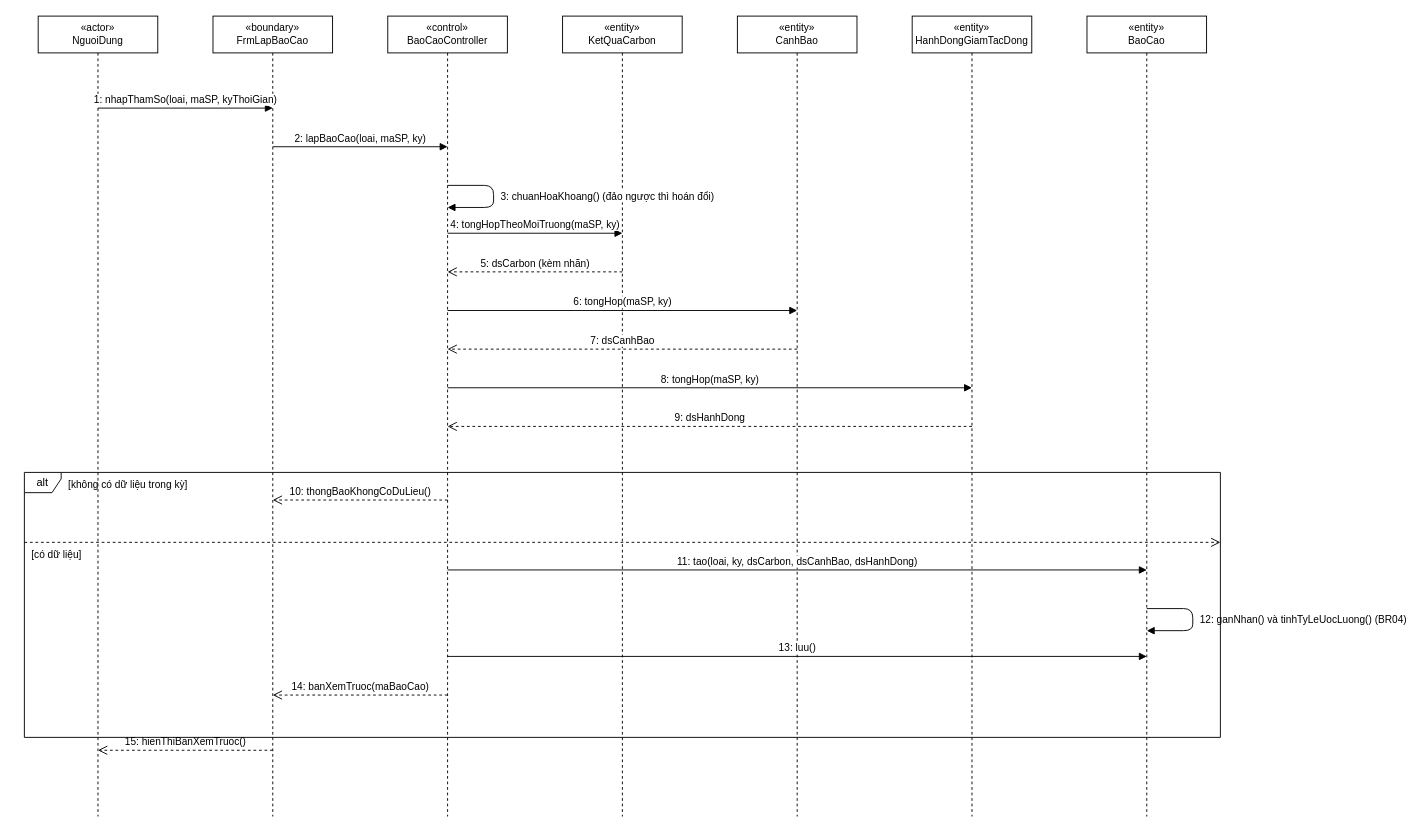
Before: docs/diagrams/03_TuanTu/UC_GD_020_Sequence_LapBaoCao.drawio in TranThienNhan8279/GreenDash, a draw.io diagram. Source tidied: cells renumbered, new cells numbered last; positions are measured from the earlier drawing's top-left corner, leaving out a move shared by most shapes. Both pictures are drawn from the tidied source at 92%, with x=0, y=0 at pixel (24, 16).
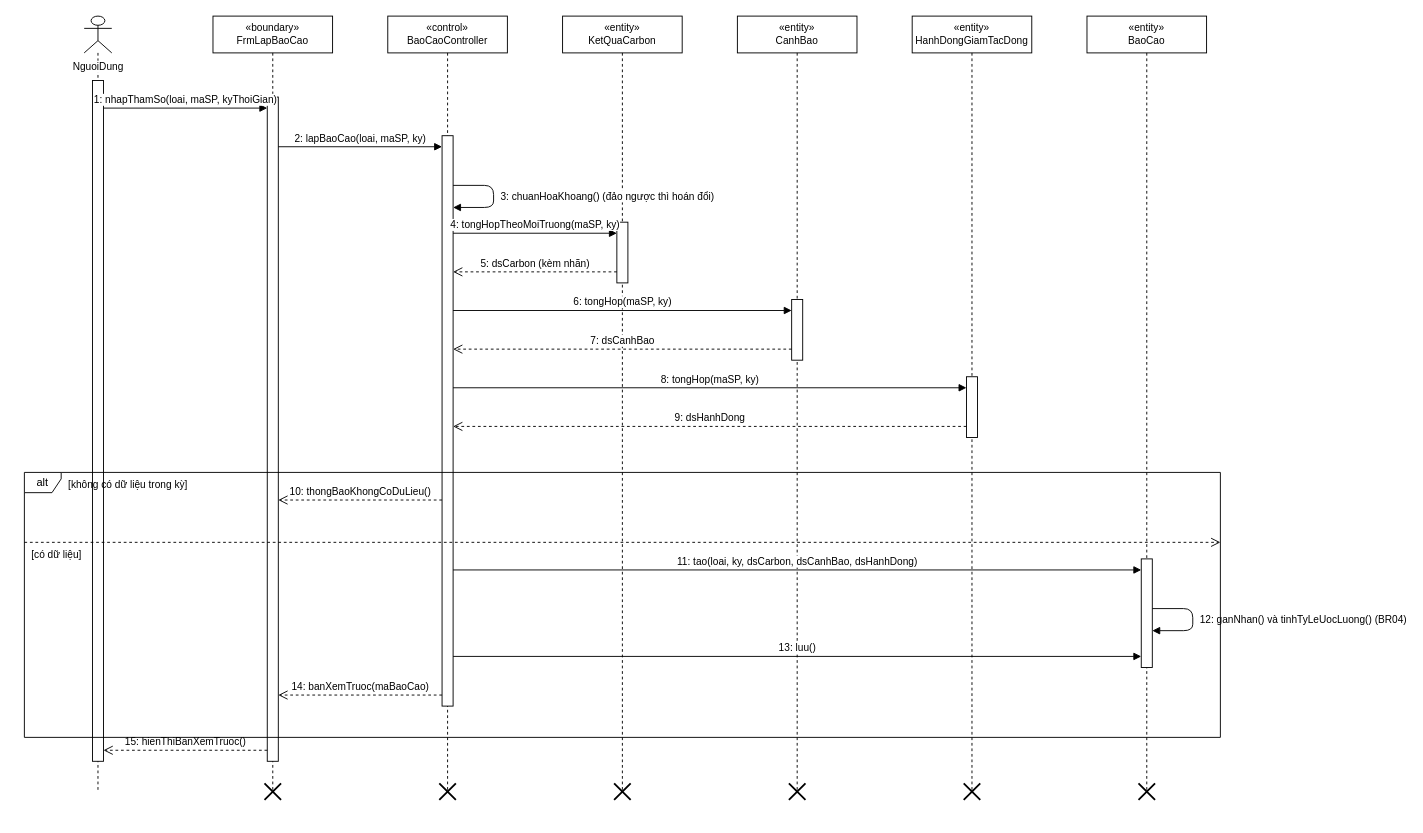
The same diagram, later.

What changed in the source:
```diff
@@
-    <mxCell id="2" value="«actor»&lt;br&gt;NguoiDung" style="shape=umlLifeline;perimeter=lifelinePerimeter;whiteSpace=wrap;html=1;fontSize=11;" parent="1" vertex="1">
-      <mxGeometry x="15" width="130" height="870" as="geometry" />
+    <mxCell id="2" value="NguoiDung" style="shape=umlLifeline;participant=umlActor;verticalAlign=top;spacingTop=42;labelBackgroundColor=#ffffff;perimeter=lifelinePerimeter;whiteSpace=nowrap;html=1;fontSize=11;" parent="1" vertex="1">
+      <mxGeometry x="65" width="30" height="843" as="geometry" />
     </mxCell>
     <mxCell id="3" value="«boundary»&lt;br&gt;FrmLapBaoCao" style="shape=umlLifeline;perimeter=lifelinePerimeter;whiteSpace=wrap;html=1;fontSize=11;" parent="1" vertex="1">
-      <mxGeometry x="205" width="130" height="870" as="geometry" />
+      <mxGeometry x="205" width="130" height="843" as="geometry" />
     </mxCell>
     <mxCell id="4" value="«control»&lt;br&gt;BaoCaoController" style="shape=umlLifeline;perimeter=lifelinePerimeter;whiteSpace=wrap;html=1;fontSize=11;" parent="1" vertex="1">
-      <mxGeometry x="395" width="130" height="870" as="geometry" />
+      <mxGeometry x="395" width="130" height="843" as="geometry" />
     </mxCell>
     <mxCell id="5" value="«entity»&lt;br&gt;KetQuaCarbon" style="shape=umlLifeline;perimeter=lifelinePerimeter;whiteSpace=wrap;html=1;fontSize=11;" parent="1" vertex="1">
-      <mxGeometry x="585" width="130" height="870" as="geometry" />
+      <mxGeometry x="585" width="130" height="843" as="geometry" />
     </mxCell>
     <mxCell id="6" value="«entity»&lt;br&gt;CanhBao" style="shape=umlLifeline;perimeter=lifelinePerimeter;whiteSpace=wrap;html=1;fontSize=11;" parent="1" vertex="1">
-      <mxGeometry x="775" width="130" height="870" as="geometry" />
+      <mxGeometry x="775" width="130" height="843" as="geometry" />
     </mxCell>
     <mxCell id="7" value="«entity»&lt;br&gt;HanhDongGiamTacDong" style="shape=umlLifeline;perimeter=lifelinePerimeter;whiteSpace=wrap;html=1;fontSize=11;" parent="1" vertex="1">
-      <mxGeometry x="965" width="130" height="870" as="geometry" />
+      <mxGeometry x="965" width="130" height="843" as="geometry" />
     </mxCell>
     <mxCell id="8" value="«entity»&lt;br&gt;BaoCao" style="shape=umlLifeline;perimeter=lifelinePerimeter;whiteSpace=wrap;html=1;fontSize=11;" parent="1" vertex="1">
-      <mxGeometry x="1155" width="130" height="870" as="geometry" />
+      <mxGeometry x="1155" width="130" height="843" as="geometry" />
     </mxCell>
+    <mxCell id="28" style="html=1;perimeter=orthogonalPerimeter;fillColor=#ffffff;strokeColor=#000000;" parent="1" vertex="1">
+      <mxGeometry x="74" y="70" width="12" height="740" as="geometry" />
+    </mxCell>
+    <mxCell id="29" style="html=1;perimeter=orthogonalPerimeter;fillColor=#ffffff;strokeColor=#000000;" parent="1" vertex="1">
+      <mxGeometry x="264" y="88" width="12" height="722" as="geometry" />
+    </mxCell>
+    <mxCell id="30" style="shape=umlDestroy;html=1;strokeWidth=2;strokeColor=#000000;" parent="1" vertex="1">
+      <mxGeometry x="261" y="834" width="18" height="18" as="geometry" />
+    </mxCell>
+    <mxCell id="31" style="html=1;perimeter=orthogonalPerimeter;fillColor=#ffffff;strokeColor=#000000;" parent="1" vertex="1">
+      <mxGeometry x="454" y="130" width="12" height="620" as="geometry" />
+    </mxCell>
+    <mxCell id="32" style="shape=umlDestroy;html=1;strokeWidth=2;strokeColor=#000000;" parent="1" vertex="1">
+      <mxGeometry x="451" y="834" width="18" height="18" as="geometry" />
+    </mxCell>
+    <mxCell id="33" style="html=1;perimeter=orthogonalPerimeter;fillColor=#ffffff;strokeColor=#000000;" parent="1" vertex="1">
+      <mxGeometry x="644" y="224" width="12" height="66" as="geometry" />
+    </mxCell>
+    <mxCell id="34" style="shape=umlDestroy;html=1;strokeWidth=2;strokeColor=#000000;" parent="1" vertex="1">
+      <mxGeometry x="641" y="834" width="18" height="18" as="geometry" />
+    </mxCell>
+    <mxCell id="35" style="html=1;perimeter=orthogonalPerimeter;fillColor=#ffffff;strokeColor=#000000;" parent="1" vertex="1">
+      <mxGeometry x="834" y="308" width="12" height="66" as="geometry" />
+    </mxCell>
+    <mxCell id="36" style="shape=umlDestroy;html=1;strokeWidth=2;strokeColor=#000000;" parent="1" vertex="1">
+      <mxGeometry x="831" y="834" width="18" height="18" as="geometry" />
+    </mxCell>
+    <mxCell id="37" style="html=1;perimeter=orthogonalPerimeter;fillColor=#ffffff;strokeColor=#000000;" parent="1" vertex="1">
+      <mxGeometry x="1024" y="392" width="12" height="66" as="geometry" />
+    </mxCell>
+    <mxCell id="38" style="shape=umlDestroy;html=1;strokeWidth=2;strokeColor=#000000;" parent="1" vertex="1">
+      <mxGeometry x="1021" y="834" width="18" height="18" as="geometry" />
+    </mxCell>
+    <mxCell id="39" style="html=1;perimeter=orthogonalPerimeter;fillColor=#ffffff;strokeColor=#000000;" parent="1" vertex="1">
+      <mxGeometry x="1214" y="590" width="12" height="118" as="geometry" />
+    </mxCell>
+    <mxCell id="40" style="shape=umlDestroy;html=1;strokeWidth=2;strokeColor=#000000;" parent="1" vertex="1">
+      <mxGeometry x="1211" y="834" width="18" height="18" as="geometry" />
+    </mxCell>
     <mxCell id="9" value="1: nhapThamSo(loai, maSP, kyThoiGian)" style="html=1;verticalAlign=bottom;endArrow=block;endFill=1;" parent="1" edge="1">
       <mxGeometry relative="1" as="geometry">
-        <mxPoint x="80" y="100" as="sourcePoint" />
-        <mxPoint x="270" y="100" as="targetPoint" />
+        <mxPoint x="86" y="100" as="sourcePoint" />
+        <mxPoint x="264" y="100" as="targetPoint" />
       </mxGeometry>
     </mxCell>
     <mxCell id="10" value="2: lapBaoCao(loai, maSP, ky)" style="html=1;verticalAlign=bottom;endArrow=block;endFill=1;" parent="1" edge="1">
       <mxGeometry relative="1" as="geometry">
-        <mxPoint x="270" y="142" as="sourcePoint" />
-        <mxPoint x="460" y="142" as="targetPoint" />
+        <mxPoint x="276" y="142" as="sourcePoint" />
+        <mxPoint x="454" y="142" as="targetPoint" />
       </mxGeometry>
     </mxCell>
     <mxCell id="11" value="3: chuanHoaKhoang()  (đảo ngược thì hoán đổi)" style="html=1;verticalAlign=bottom;endArrow=block;endFill=1;align=left;spacingLeft=6;verticalAlign=middle;" parent="1" edge="1">
       <mxGeometry relative="1" as="geometry">
-        <mxPoint x="460" y="184" as="sourcePoint" />
-        <mxPoint x="460" y="208" as="targetPoint" />
+        <mxPoint x="466" y="184" as="sourcePoint" />
+        <mxPoint x="466" y="208" as="targetPoint" />
         <Array as="points">
           <mxPoint x="510" y="184" />
           <mxPoint x="510" y="208" />
         </Array>
       </mxGeometry>
     </mxCell>
     <mxCell id="12" value="4: tongHopTheoMoiTruong(maSP, ky)" style="html=1;verticalAlign=bottom;endArrow=block;endFill=1;" parent="1" edge="1">
       <mxGeometry relative="1" as="geometry">
-        <mxPoint x="460" y="236" as="sourcePoint" />
-        <mxPoint x="650" y="236" as="targetPoint" />
+        <mxPoint x="466" y="236" as="sourcePoint" />
+        <mxPoint x="644" y="236" as="targetPoint" />
       </mxGeometry>
     </mxCell>
     <mxCell id="13" value="5: dsCarbon (kèm nhãn)" style="html=1;verticalAlign=bottom;endArrow=open;endSize=8;dashed=1;" parent="1" edge="1">
       <mxGeometry relative="1" as="geometry">
-        <mxPoint x="650" y="278" as="sourcePoint" />
-        <mxPoint x="460" y="278" as="targetPoint" />
+        <mxPoint x="644" y="278" as="sourcePoint" />
+        <mxPoint x="466" y="278" as="targetPoint" />
       </mxGeometry>
     </mxCell>
     <mxCell id="14" value="6: tongHop(maSP, ky)" style="html=1;verticalAlign=bottom;endArrow=block;endFill=1;" parent="1" edge="1">
       <mxGeometry relative="1" as="geometry">
-        <mxPoint x="460" y="320" as="sourcePoint" />
-        <mxPoint x="840" y="320" as="targetPoint" />
+        <mxPoint x="466" y="320" as="sourcePoint" />
+        <mxPoint x="834" y="320" as="targetPoint" />
       </mxGeometry>
     </mxCell>
     <mxCell id="15" value="7: dsCanhBao" style="html=1;verticalAlign=bottom;endArrow=open;endSize=8;dashed=1;" parent="1" edge="1">
       <mxGeometry relative="1" as="geometry">
-        <mxPoint x="840" y="362" as="sourcePoint" />
-        <mxPoint x="460" y="362" as="targetPoint" />
+        <mxPoint x="834" y="362" as="sourcePoint" />
+        <mxPoint x="466" y="362" as="targetPoint" />
       </mxGeometry>
     </mxCell>
     <mxCell id="16" value="8: tongHop(maSP, ky)" style="html=1;verticalAlign=bottom;endArrow=block;endFill=1;" parent="1" edge="1">
       <mxGeometry relative="1" as="geometry">
-        <mxPoint x="460" y="404" as="sourcePoint" />
-        <mxPoint x="1030" y="404" as="targetPoint" />
+        <mxPoint x="466" y="404" as="sourcePoint" />
+        <mxPoint x="1024" y="404" as="targetPoint" />
       </mxGeometry>
     </mxCell>
     <mxCell id="17" value="9: dsHanhDong" style="html=1;verticalAlign=bottom;endArrow=open;endSize=8;dashed=1;" parent="1" edge="1">
       <mxGeometry relative="1" as="geometry">
-        <mxPoint x="1030" y="446" as="sourcePoint" />
-        <mxPoint x="460" y="446" as="targetPoint" />
+        <mxPoint x="1024" y="446" as="sourcePoint" />
+        <mxPoint x="466" y="446" as="targetPoint" />
       </mxGeometry>
     </mxCell>
     <mxCell id="18" value="10: thongBaoKhongCoDuLieu()" style="html=1;verticalAlign=bottom;endArrow=open;endSize=8;dashed=1;" parent="1" edge="1">
       <mxGeometry relative="1" as="geometry">
-        <mxPoint x="460" y="526" as="sourcePoint" />
-        <mxPoint x="270" y="526" as="targetPoint" />
+        <mxPoint x="454" y="526" as="sourcePoint" />
+        <mxPoint x="276" y="526" as="targetPoint" />
       </mxGeometry>
     </mxCell>
     <mxCell id="19" value="11: tao(loai, ky, dsCarbon, dsCanhBao, dsHanhDong)" style="html=1;verticalAlign=bottom;endArrow=block;endFill=1;" parent="1" edge="1">
       <mxGeometry relative="1" as="geometry">
-        <mxPoint x="460" y="602" as="sourcePoint" />
-        <mxPoint x="1220" y="602" as="targetPoint" />
+        <mxPoint x="466" y="602" as="sourcePoint" />
+        <mxPoint x="1214" y="602" as="targetPoint" />
       </mxGeometry>
     </mxCell>
     <mxCell id="20" value="12: ganNhan()  và tinhTyLeUocLuong()  (BR04)" style="html=1;verticalAlign=bottom;endArrow=block;endFill=1;align=left;spacingLeft=6;verticalAlign=middle;" parent="1" edge="1">
       <mxGeometry relative="1" as="geometry">
-        <mxPoint x="1220" y="644" as="sourcePoint" />
-        <mxPoint x="1220" y="668" as="targetPoint" />
+        <mxPoint x="1226" y="644" as="sourcePoint" />
+        <mxPoint x="1226" y="668" as="targetPoint" />
         <Array as="points">
           <mxPoint x="1270" y="644" />
           <mxPoint x="1270" y="668" />
         </Array>
       </mxGeometry>
     </mxCell>
     <mxCell id="21" value="13: luu()" style="html=1;verticalAlign=bottom;endArrow=block;endFill=1;" parent="1" edge="1">
       <mxGeometry relative="1" as="geometry">
-        <mxPoint x="460" y="696" as="sourcePoint" />
-        <mxPoint x="1220" y="696" as="targetPoint" />
+        <mxPoint x="466" y="696" as="sourcePoint" />
+        <mxPoint x="1214" y="696" as="targetPoint" />
       </mxGeometry>
     </mxCell>
     <mxCell id="22" value="14: banXemTruoc(maBaoCao)" style="html=1;verticalAlign=bottom;endArrow=open;endSize=8;dashed=1;" parent="1" edge="1">
       <mxGeometry relative="1" as="geometry">
-        <mxPoint x="460" y="738" as="sourcePoint" />
-        <mxPoint x="270" y="738" as="targetPoint" />
+        <mxPoint x="454" y="738" as="sourcePoint" />
+        <mxPoint x="276" y="738" as="targetPoint" />
       </mxGeometry>
     </mxCell>
     <mxCell id="23" value="15: hienThiBanXemTruoc()" style="html=1;verticalAlign=bottom;endArrow=open;endSize=8;dashed=1;" parent="1" edge="1">
       <mxGeometry relative="1" as="geometry">
-        <mxPoint x="270" y="798" as="sourcePoint" />
-        <mxPoint x="80" y="798" as="targetPoint" />
+        <mxPoint x="264" y="798" as="sourcePoint" />
+        <mxPoint x="86" y="798" as="targetPoint" />
       </mxGeometry>
     </mxCell>
```
